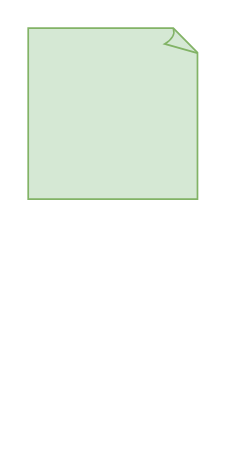
This is post-it-test.drawio from steffens/20201031_test, a draw.io file, before an edit. Source tidied: cells renumbered, new cells numbered last; positions are measured from the earlier drawing's top-left corner, leaving out a move shared by most shapes. Both pictures are drawn from the tidied source at 171%, with x=0, y=0 at pixel (27, 27).
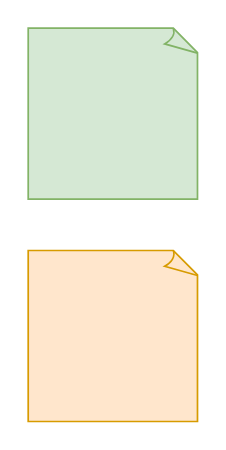
The same diagram, later.

Commit message:
orange darunter

The edit, as a diff of the source:
```diff
@@
 <mxGraphModel>
   <root>
     <mxCell id="0" />
     <mxCell id="1" parent="0" />
     <mxCell id="2" style="whiteSpace=wrap;html=1;shape=mxgraph.basic.document;fillColor=#d5e8d4;strokeColor=#82b366;" parent="1" vertex="1">
       <mxGeometry width="100" height="100" as="geometry" />
     </mxCell>
+    <mxCell id="3" style="whiteSpace=wrap;html=1;shape=mxgraph.basic.document;fillColor=#ffe6cc;strokeColor=#d79b00;" parent="1" vertex="1">
+      <mxGeometry y="130" width="100" height="100" as="geometry" />
+    </mxCell>
   </root>
 </mxGraphModel>
```
